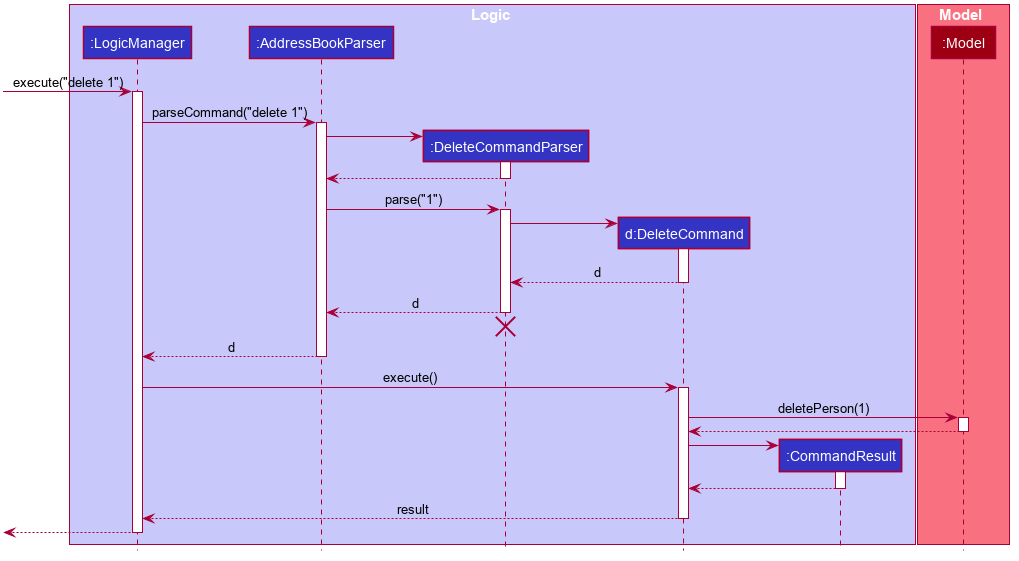
Above: docs/images/DeleteSequenceDiagram.png in nus-cs2103-AY1920S1/addressbook-level3 (PlantUML), before the change.
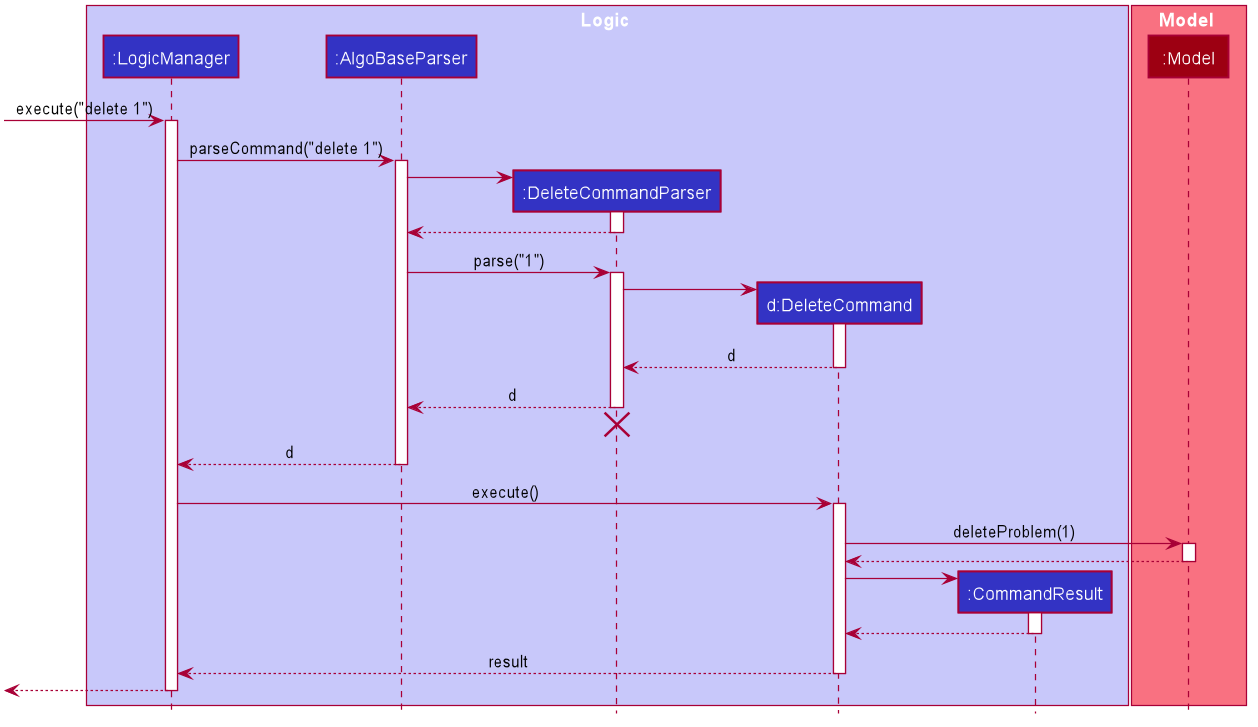
Above is the later version.

Diff of the diagram source:
```diff
@@ -50,7 +50,7 @@
 
 box Logic #C8C8FA
 participant ":LogicManager" as LogicManager #3333C4
-participant ":AddressBookParser" as AddressBookParser #3333C4
+participant ":AlgoBaseParser" as AlgoBaseParser #3333C4
 participant ":DeleteCommandParser" as DeleteCommandParser #3333C4
 participant "d:DeleteCommand" as DeleteCommand #3333C4
 participant ":CommandResult" as CommandResult #3333C4
@@ -63,17 +63,17 @@
 [-> LogicManager : execute("delete 1")
 activate LogicManager
 
-LogicManager -> AddressBookParser : parseCommand("delete 1")
-activate AddressBookParser
+LogicManager -> AlgoBaseParser : parseCommand("delete 1")
+activate AlgoBaseParser
 
 create DeleteCommandParser
-AddressBookParser -> DeleteCommandParser
+AlgoBaseParser -> DeleteCommandParser
 activate DeleteCommandParser
 
-DeleteCommandParser --> AddressBookParser
+DeleteCommandParser --> AlgoBaseParser
 deactivate DeleteCommandParser
 
-AddressBookParser -> DeleteCommandParser : parse("1")
+AlgoBaseParser -> DeleteCommandParser : parse("1")
 activate DeleteCommandParser
 
 create DeleteCommand
@@ -83,18 +83,18 @@
 DeleteCommand --> DeleteCommandParser : d
 deactivate DeleteCommand
 
-DeleteCommandParser --> AddressBookParser : d
+DeleteCommandParser --> AlgoBaseParser : d
 deactivate DeleteCommandParser
-DeleteCommandParser -[hidden]-> AddressBookParser
+DeleteCommandParser -[hidden]-> AlgoBaseParser
 destroy DeleteCommandParser
 
-AddressBookParser --> LogicManager : d
-deactivate AddressBookParser
+AlgoBaseParser --> LogicManager : d
+deactivate AlgoBaseParser
 
 LogicManager -> DeleteCommand : execute()
 activate DeleteCommand
 
-DeleteCommand -> Model : deletePerson(1)
+DeleteCommand -> Model : deleteProblem(1)
 activate Model
 
 Model --> DeleteCommand
```
